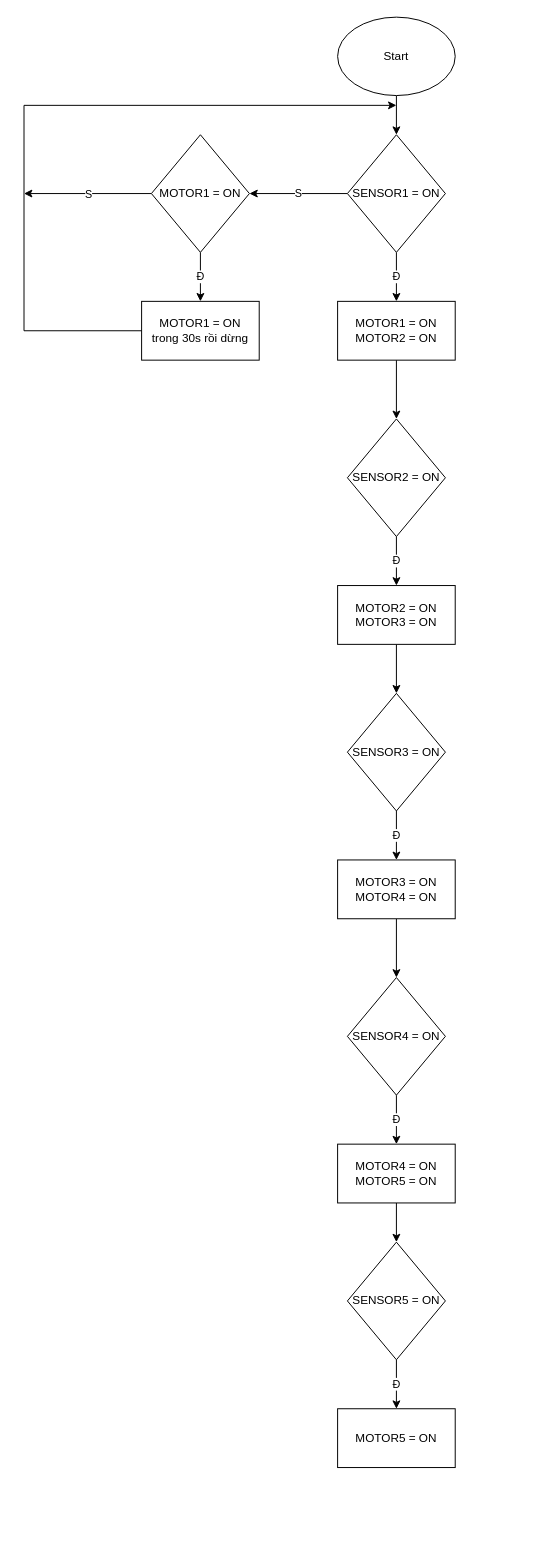
thiendevweb/C-code keeps this draw.io diagram as page "Page-5" (5 of 6) of Untitled Diagram.drawio. Above is the earlier version. Source tidied: cells renumbered, new cells numbered last; positions are measured from the earlier drawing's top-left corner, leaving out a move shared by most shapes. Both pictures are drawn from the tidied source at 98%, with x=0, y=0 at pixel (24, 17).
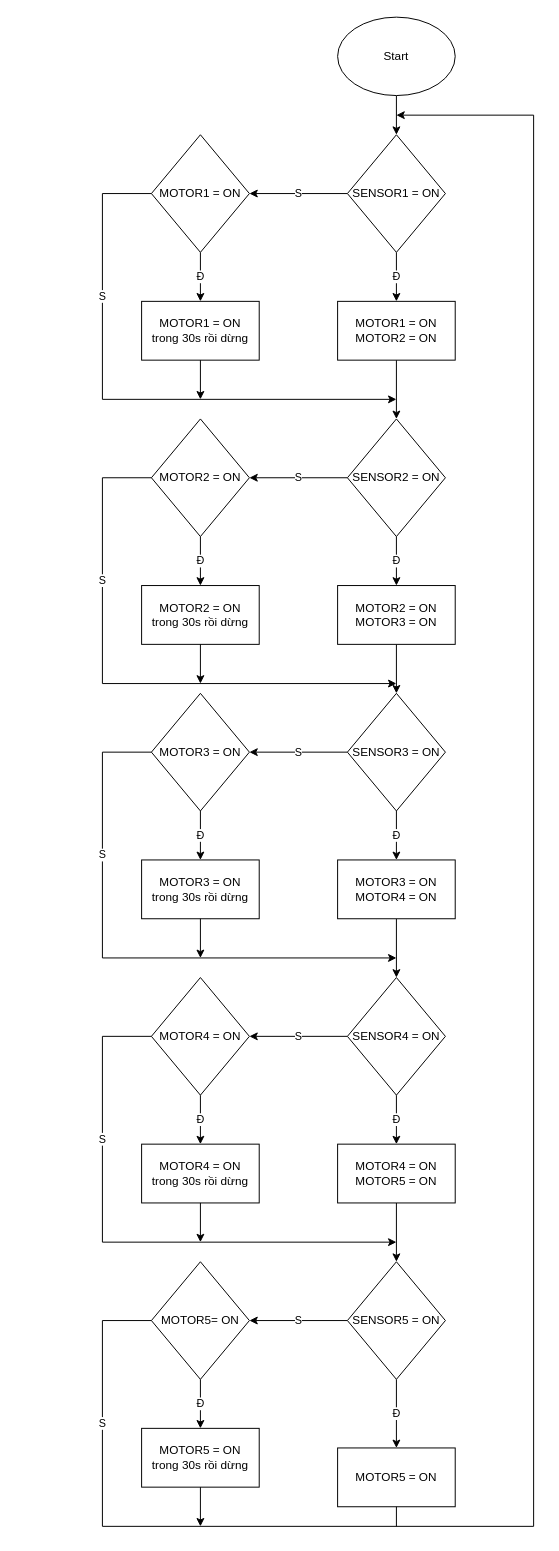
After the change.

Unchanged cells that the change refers to:
```xml
<mxCell id="10" value="SENSOR2 = ON" style="rhombus;whiteSpace=wrap;html=1;" parent="1" vertex="1">
  <mxGeometry x="330" y="410" width="100" height="120" as="geometry" />
</mxCell>
<mxCell id="14" value="SENSOR3 = ON" style="rhombus;whiteSpace=wrap;html=1;" parent="1" vertex="1">
  <mxGeometry x="330" y="690" width="100" height="120" as="geometry" />
</mxCell>
<mxCell id="18" value="SENSOR4 = ON" style="rhombus;whiteSpace=wrap;html=1;" parent="1" vertex="1">
  <mxGeometry x="330" y="980" width="100" height="120" as="geometry" />
</mxCell>
<mxCell id="26" value="MOTOR1 = ON" style="rhombus;whiteSpace=wrap;html=1;" parent="1" vertex="1">
  <mxGeometry x="130" y="120" width="100" height="120" as="geometry" />
</mxCell>
<mxCell id="27" value="MOTOR1 = ON&lt;br&gt;trong 30s rồi dừng" style="whiteSpace=wrap;html=1;" parent="1" vertex="1">
  <mxGeometry x="120" y="290" width="120" height="60" as="geometry" />
</mxCell>
```

What changed in the source:
```diff
@@
+    <mxCell id="31" value="S" style="edgeStyle=orthogonalEdgeStyle;rounded=0;jettySize=auto;html=1;entryX=1;entryY=0.5;entryDx=0;entryDy=0;" parent="1" edge="1" source="10" target="40">
+      <mxGeometry relative="1" as="geometry" />
+    </mxCell>
@@
+    <mxCell id="32" value="S" style="edgeStyle=orthogonalEdgeStyle;rounded=0;jettySize=auto;html=1;" parent="1" edge="1" source="14" target="47">
+      <mxGeometry relative="1" as="geometry" />
+    </mxCell>
@@
+    <mxCell id="33" value="S" style="edgeStyle=orthogonalEdgeStyle;rounded=0;jettySize=auto;html=1;" parent="1" edge="1" source="18" target="54">
+      <mxGeometry relative="1" as="geometry" />
+    </mxCell>
@@
+    <mxCell id="34" value="S" style="edgeStyle=orthogonalEdgeStyle;rounded=0;jettySize=auto;html=1;" parent="1" edge="1" source="22" target="61">
+      <mxGeometry relative="1" as="geometry" />
+    </mxCell>
     <mxCell id="22" value="SENSOR5 = ON" style="rhombus;whiteSpace=wrap;html=1;" parent="1" vertex="1">
-      <mxGeometry x="330" y="1250" width="100" height="120" as="geometry" />
+      <mxGeometry x="330" y="1270" width="100" height="120" as="geometry" />
     </mxCell>
     <mxCell id="23" value="MOTOR5 = ON" style="whiteSpace=wrap;html=1;" parent="1" vertex="1">
-      <mxGeometry x="320" y="1420" width="120" height="60" as="geometry" />
+      <mxGeometry x="320" y="1460" width="120" height="60" as="geometry" />
     </mxCell>
@@
-    <mxCell id="25" value="S" style="edgeStyle=orthogonalEdgeStyle;rounded=0;jettySize=auto;html=1;" parent="1" edge="1" source="26">
-      <mxGeometry relative="1" as="geometry">
-        <mxPoint y="180" as="targetPoint" />
-      </mxGeometry>
-    </mxCell>
@@
-    <mxCell id="28" style="endArrow=none;html=1;rounded=0;entryX=0;entryY=0.5;entryDx=0;entryDy=0;" parent="1" edge="1" target="27">
-      <mxGeometry relative="1" as="geometry">
-        <mxPoint y="320" as="sourcePoint" />
-      </mxGeometry>
-    </mxCell>
-    <mxCell id="29" style="endArrow=none;html=1;rounded=0;" parent="1" edge="1">
-      <mxGeometry relative="1" as="geometry">
-        <mxPoint y="320" as="sourcePoint" />
-        <mxPoint y="90" as="targetPoint" />
-      </mxGeometry>
-    </mxCell>
-    <mxCell id="30" style="endArrow=classic;html=1;rounded=0;" parent="1" edge="1">
-      <mxGeometry relative="1" as="geometry">
-        <mxPoint y="90" as="sourcePoint" />
-        <mxPoint x="380" y="90" as="targetPoint" />
-      </mxGeometry>
-    </mxCell>
+    <mxCell id="35" style="endArrow=none;html=1;rounded=0;entryX=0;entryY=0.5;entryDx=0;entryDy=0;" parent="1" edge="1" target="26">
+      <mxGeometry relative="1" as="geometry">
+        <mxPoint x="80" y="180" as="sourcePoint" />
+      </mxGeometry>
+    </mxCell>
+    <mxCell id="36" value="S" style="endArrow=none;html=1;rounded=0;" parent="1" edge="1">
+      <mxGeometry relative="1" as="geometry">
+        <mxPoint x="80" y="390" as="sourcePoint" />
+        <mxPoint x="80" y="180" as="targetPoint" />
+      </mxGeometry>
+    </mxCell>
+    <mxCell id="37" style="endArrow=classic;html=1;rounded=0;" parent="1" edge="1">
+      <mxGeometry relative="1" as="geometry">
+        <mxPoint x="80" y="390" as="sourcePoint" />
+        <mxPoint x="380" y="390" as="targetPoint" />
+      </mxGeometry>
+    </mxCell>
+    <mxCell id="38" style="endArrow=classic;html=1;rounded=0;exitX=0.5;exitY=1;exitDx=0;exitDy=0;" parent="1" edge="1" source="27">
+      <mxGeometry relative="1" as="geometry">
+        <mxPoint x="180" y="390" as="targetPoint" />
+      </mxGeometry>
+    </mxCell>
+    <mxCell id="39" value="Đ" style="edgeStyle=orthogonalEdgeStyle;rounded=0;jettySize=auto;html=1;" parent="1" edge="1" source="40" target="41">
+      <mxGeometry relative="1" as="geometry" />
+    </mxCell>
+    <mxCell id="40" value="MOTOR2 = ON" style="rhombus;whiteSpace=wrap;html=1;" parent="1" vertex="1">
+      <mxGeometry x="130" y="410" width="100" height="120" as="geometry" />
+    </mxCell>
+    <mxCell id="41" value="MOTOR2 = ON&lt;br&gt;trong 30s rồi dừng" style="whiteSpace=wrap;html=1;" parent="1" vertex="1">
+      <mxGeometry x="120" y="580" width="120" height="60" as="geometry" />
+    </mxCell>
+    <mxCell id="42" style="endArrow=none;html=1;rounded=0;entryX=0;entryY=0.5;entryDx=0;entryDy=0;" parent="1" edge="1" target="40">
+      <mxGeometry relative="1" as="geometry">
+        <mxPoint x="80" y="470" as="sourcePoint" />
+      </mxGeometry>
+    </mxCell>
+    <mxCell id="43" value="S" style="endArrow=none;html=1;rounded=0;" parent="1" edge="1">
+      <mxGeometry relative="1" as="geometry">
+        <mxPoint x="80" y="680" as="sourcePoint" />
+        <mxPoint x="80" y="470" as="targetPoint" />
+      </mxGeometry>
+    </mxCell>
+    <mxCell id="44" style="endArrow=classic;html=1;rounded=0;exitX=0.5;exitY=1;exitDx=0;exitDy=0;" parent="1" edge="1" source="41">
+      <mxGeometry relative="1" as="geometry">
+        <mxPoint x="180" y="680" as="targetPoint" />
+      </mxGeometry>
+    </mxCell>
+    <mxCell id="45" style="endArrow=classic;html=1;rounded=0;" parent="1" edge="1">
+      <mxGeometry relative="1" as="geometry">
+        <mxPoint x="80" y="680" as="sourcePoint" />
+        <mxPoint x="380" y="680" as="targetPoint" />
+      </mxGeometry>
+    </mxCell>
+    <mxCell id="46" value="Đ" style="edgeStyle=orthogonalEdgeStyle;rounded=0;jettySize=auto;html=1;" parent="1" edge="1" source="47" target="48">
+      <mxGeometry relative="1" as="geometry" />
+    </mxCell>
+    <mxCell id="47" value="MOTOR3 = ON" style="rhombus;whiteSpace=wrap;html=1;" parent="1" vertex="1">
+      <mxGeometry x="130" y="690" width="100" height="120" as="geometry" />
+    </mxCell>
+    <mxCell id="48" value="MOTOR3 = ON&lt;br&gt;trong 30s rồi dừng" style="whiteSpace=wrap;html=1;" parent="1" vertex="1">
+      <mxGeometry x="120" y="860" width="120" height="60" as="geometry" />
+    </mxCell>
+    <mxCell id="49" style="endArrow=none;html=1;rounded=0;entryX=0;entryY=0.5;entryDx=0;entryDy=0;" parent="1" edge="1" target="47">
+      <mxGeometry relative="1" as="geometry">
+        <mxPoint x="80" y="750" as="sourcePoint" />
+      </mxGeometry>
+    </mxCell>
+    <mxCell id="50" value="S" style="endArrow=none;html=1;rounded=0;" parent="1" edge="1">
+      <mxGeometry relative="1" as="geometry">
+        <mxPoint x="80" y="960" as="sourcePoint" />
+        <mxPoint x="80" y="750" as="targetPoint" />
+      </mxGeometry>
+    </mxCell>
+    <mxCell id="51" style="endArrow=classic;html=1;rounded=0;exitX=0.5;exitY=1;exitDx=0;exitDy=0;" parent="1" edge="1" source="48">
+      <mxGeometry relative="1" as="geometry">
+        <mxPoint x="180" y="960" as="targetPoint" />
+      </mxGeometry>
+    </mxCell>
+    <mxCell id="52" style="endArrow=classic;html=1;rounded=0;" parent="1" edge="1">
+      <mxGeometry relative="1" as="geometry">
+        <mxPoint x="80" y="960" as="sourcePoint" />
+        <mxPoint x="380" y="960" as="targetPoint" />
+      </mxGeometry>
+    </mxCell>
+    <mxCell id="53" value="Đ" style="edgeStyle=orthogonalEdgeStyle;rounded=0;jettySize=auto;html=1;" parent="1" edge="1" source="54" target="55">
+      <mxGeometry relative="1" as="geometry" />
+    </mxCell>
+    <mxCell id="54" value="MOTOR4 = ON" style="rhombus;whiteSpace=wrap;html=1;" parent="1" vertex="1">
+      <mxGeometry x="130" y="980" width="100" height="120" as="geometry" />
+    </mxCell>
+    <mxCell id="55" value="MOTOR4 = ON&lt;br&gt;trong 30s rồi dừng" style="whiteSpace=wrap;html=1;" parent="1" vertex="1">
+      <mxGeometry x="120" y="1150" width="120" height="60" as="geometry" />
+    </mxCell>
+    <mxCell id="56" style="endArrow=none;html=1;rounded=0;entryX=0;entryY=0.5;entryDx=0;entryDy=0;" parent="1" edge="1" target="54">
+      <mxGeometry relative="1" as="geometry">
+        <mxPoint x="80" y="1040" as="sourcePoint" />
+      </mxGeometry>
+    </mxCell>
+    <mxCell id="57" value="S" style="endArrow=none;html=1;rounded=0;" parent="1" edge="1">
+      <mxGeometry relative="1" as="geometry">
+        <mxPoint x="80" y="1250" as="sourcePoint" />
+        <mxPoint x="80" y="1040" as="targetPoint" />
+      </mxGeometry>
+    </mxCell>
+    <mxCell id="58" style="endArrow=classic;html=1;rounded=0;exitX=0.5;exitY=1;exitDx=0;exitDy=0;" parent="1" edge="1" source="55">
+      <mxGeometry relative="1" as="geometry">
+        <mxPoint x="180" y="1250" as="targetPoint" />
+      </mxGeometry>
+    </mxCell>
+    <mxCell id="59" style="endArrow=classic;html=1;rounded=0;" parent="1" edge="1">
+      <mxGeometry relative="1" as="geometry">
+        <mxPoint x="80" y="1250" as="sourcePoint" />
+        <mxPoint x="380" y="1250" as="targetPoint" />
+      </mxGeometry>
+    </mxCell>
+    <mxCell id="60" value="Đ" style="edgeStyle=orthogonalEdgeStyle;rounded=0;jettySize=auto;html=1;" parent="1" edge="1" source="61" target="62">
+      <mxGeometry relative="1" as="geometry" />
+    </mxCell>
+    <mxCell id="61" value="MOTOR5= ON" style="rhombus;whiteSpace=wrap;html=1;" parent="1" vertex="1">
+      <mxGeometry x="130" y="1270" width="100" height="120" as="geometry" />
+    </mxCell>
+    <mxCell id="62" value="MOTOR5 = ON&lt;br&gt;trong 30s rồi dừng" style="whiteSpace=wrap;html=1;" parent="1" vertex="1">
+      <mxGeometry x="120" y="1440" width="120" height="60" as="geometry" />
+    </mxCell>
+    <mxCell id="63" style="endArrow=none;html=1;rounded=0;entryX=0;entryY=0.5;entryDx=0;entryDy=0;" parent="1" edge="1" target="61">
+      <mxGeometry relative="1" as="geometry">
+        <mxPoint x="80" y="1330" as="sourcePoint" />
+      </mxGeometry>
+    </mxCell>
+    <mxCell id="64" value="S" style="endArrow=none;html=1;rounded=0;" parent="1" edge="1">
+      <mxGeometry relative="1" as="geometry">
+        <mxPoint x="80" y="1540" as="sourcePoint" />
+        <mxPoint x="80" y="1330" as="targetPoint" />
+      </mxGeometry>
+    </mxCell>
+    <mxCell id="65" style="endArrow=classic;html=1;rounded=0;exitX=0.5;exitY=1;exitDx=0;exitDy=0;" parent="1" edge="1" source="62">
+      <mxGeometry relative="1" as="geometry">
+        <mxPoint x="180" y="1540" as="targetPoint" />
+      </mxGeometry>
+    </mxCell>
+    <mxCell id="66" style="endArrow=none;html=1;rounded=0;entryX=0.5;entryY=1;entryDx=0;entryDy=0;" parent="1" edge="1" target="23">
+      <mxGeometry relative="1" as="geometry">
+        <mxPoint x="380" y="1540" as="sourcePoint" />
+      </mxGeometry>
+    </mxCell>
+    <mxCell id="67" style="endArrow=none;html=1;rounded=0;" parent="1" edge="1">
+      <mxGeometry relative="1" as="geometry">
+        <mxPoint x="80" y="1540" as="sourcePoint" />
+        <mxPoint x="520" y="1540" as="targetPoint" />
+      </mxGeometry>
+    </mxCell>
+    <mxCell id="68" style="endArrow=none;html=1;rounded=0;" parent="1" edge="1">
+      <mxGeometry relative="1" as="geometry">
+        <mxPoint x="520" y="1540" as="sourcePoint" />
+        <mxPoint x="520" y="100" as="targetPoint" />
+      </mxGeometry>
+    </mxCell>
+    <mxCell id="69" style="endArrow=classic;html=1;rounded=0;" parent="1" edge="1">
+      <mxGeometry relative="1" as="geometry">
+        <mxPoint x="520" y="100" as="sourcePoint" />
+        <mxPoint x="380" y="100" as="targetPoint" />
+      </mxGeometry>
+    </mxCell>
```
